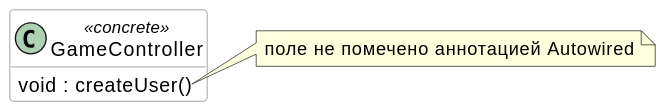
onixred/SiberianSeaBattle keeps this PlantUML diagram as src/main/plantuml/generated-diagrams/annotationPreAuthorizeTest.svg. Above is the earlier version. Its diagram source:
```plantuml
@startuml
hide empty members
skinparam componentStyle uml2

skinparam component {
  BorderColor #grey
  BackgroundColor #white
}

skinparam class {
  BorderColor #grey
  BackgroundColor #white
}

class GameController <<concrete>> {
void : createUser()
}
note right of GameController::createUser()
  поле не помечено аннотацией Autowired
end note
@enduml
```
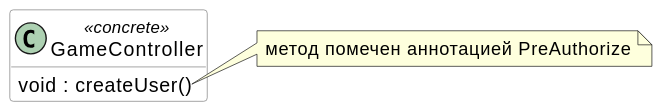
The same diagram one commit later.

Commit message:
Обновление диаграмм

Diff of the diagram source:
```diff
@@ -16,6 +16,6 @@
 void : createUser()
 }
 note right of GameController::createUser()
-  поле не помечено аннотацией Autowired
+  метод помечен аннотацией PreAuthorize
 end note
 @enduml
```
